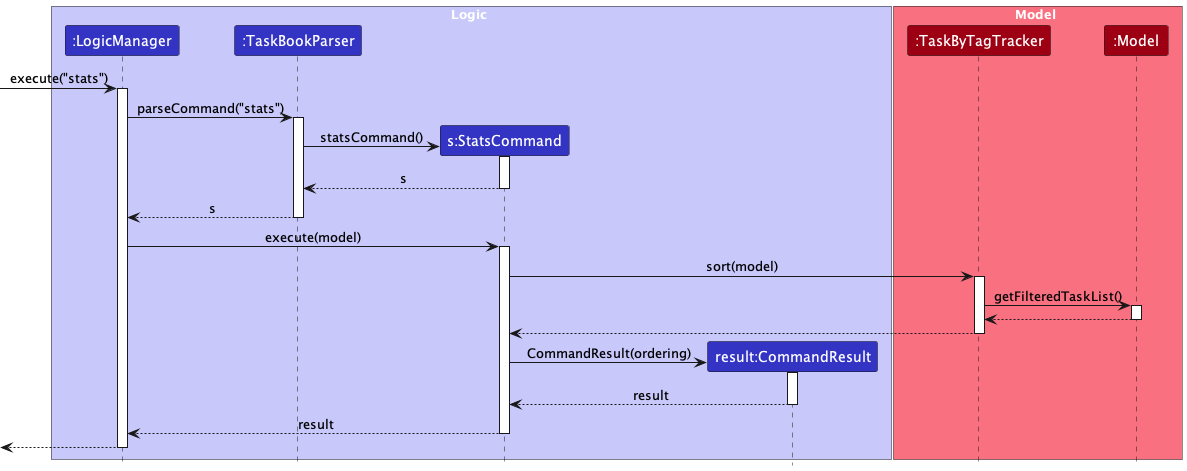
Before: docs/images/StatsCommandSequenceDiagram.png, a diagram exported from PlantUML (nus-cs2103-AY2223S2/tp).
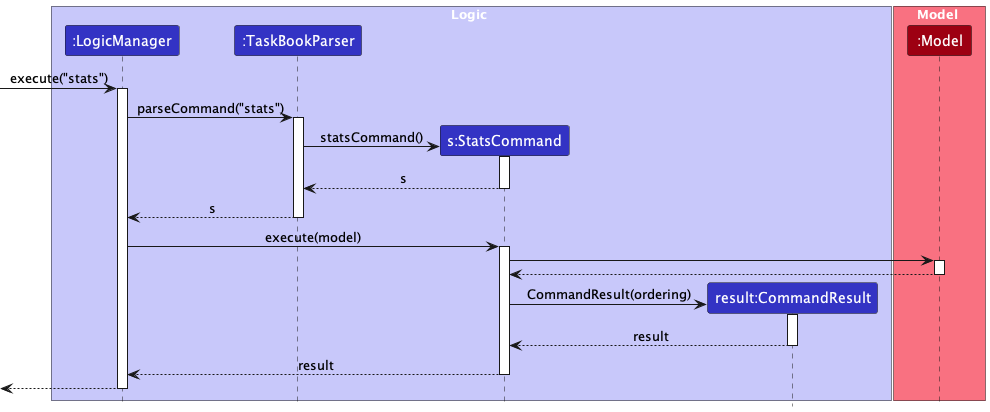
The same diagram one commit later.

Commit message:
Add ppt for allocation algorithm explanations for version control. Simplify sequence diagrams. Format schedule algorithm collapsible sections with HTML tags.

Diff of the diagram source:
```diff
@@ -9,7 +9,6 @@
 end box
 
 box Model MODEL_COLOR_T1
-participant ":TaskByTagTracker" as TaskByTagTracker MODEL_COLOR
 participant ":Model" as Model MODEL_COLOR
 end box
 
@@ -33,17 +32,11 @@
 LogicManager -> StatsCommand : execute(model)
 activate StatsCommand
 
-StatsCommand -> TaskByTagTracker : sort(model)
-activate TaskByTagTracker
-
-TaskByTagTracker -> Model : getFilteredTaskList()
+StatsCommand -> Model
 activate Model
 
-Model --> TaskByTagTracker
+Model --> StatsCommand
 deactivate Model
-
-TaskByTagTracker --> StatsCommand
-deactivate TaskByTagTracker
 
 create CommandResult
 StatsCommand -> CommandResult : CommandResult(ordering)
```
